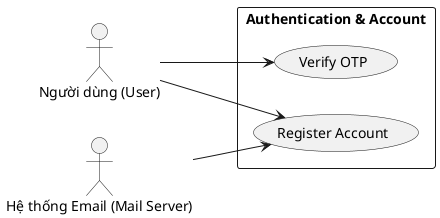
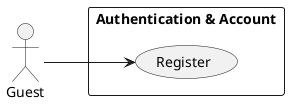
@startuml
left to right direction
skinparam packageStyle rectangle

- actor "Người dùng (User)" as Guest
- actor "Hệ thống Email (Mail Server)" as EmailService
+ 

package "Authentication & Account" {
-   usecase "Register Account" as UC_Register
-   usecase "Verify OTP" as UC_VerifyOTP
+   usecase "Register" as UC_Register
}

Guest --> UC_Register
- Guest --> UC_VerifyOTP
- EmailService --> UC_Register
+ 

@enduml